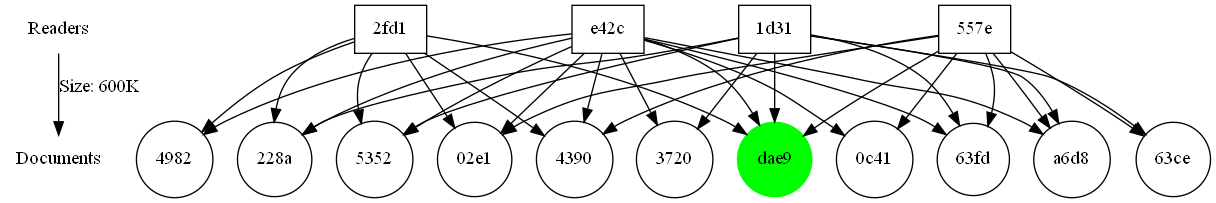
The Graphviz diagram graph.png in Danielryan98/DataAnalysisTool, before a commit. Its source is kept beside it as graph.dot. The source it was exported from:
```dot
digraph "also likes" {
	Readers [label=Readers shape=none]
	Documents [label=Documents shape=none]
	Readers -> Documents [label="Size: 600K"]
	dae9 [label=dae9 color=green shape=circle style=filled]
	e42c [label=e42c shape=box]
	e42c -> dae9
	"557e" [label="557e" shape=box]
	"557e" -> dae9
	"2fd1" [label="2fd1" shape=box]
	"2fd1" -> dae9
	"1d31" [label="1d31" shape=box]
	"1d31" -> dae9
	5352 [label=5352 shape=circle]
	e42c [label=e42c shape=box]
	e42c -> 5352
	"2fd1" [label="2fd1" shape=box]
	"2fd1" -> 5352
	"1d31" [label="1d31" shape=box]
	"1d31" -> 5352
	"228a" [label="228a" shape=circle]
	e42c [label=e42c shape=box]
	e42c -> "228a"
	"2fd1" [label="2fd1" shape=box]
	"2fd1" -> "228a"
	"1d31" [label="1d31" shape=box]
	"1d31" -> "228a"
	"02e1" [label="02e1" shape=circle]
	e42c [label=e42c shape=box]
	e42c -> "02e1"
	"557e" [label="557e" shape=box]
	"557e" -> "02e1"
	"2fd1" [label="2fd1" shape=box]
	"2fd1" -> "02e1"
	"63fd" [label="63fd" shape=circle]
	e42c [label=e42c shape=box]
	e42c -> "63fd"
	"557e" [label="557e" shape=box]
	"557e" -> "63fd"
	"1d31" [label="1d31" shape=box]
	"1d31" -> "63fd"
	a6d8 [label=a6d8 shape=circle]
	e42c [label=e42c shape=box]
	e42c -> a6d8
	"557e" [label="557e" shape=box]
	"557e" -> a6d8
	"1d31" [label="1d31" shape=box]
	"1d31" -> a6d8
	4390 [label=4390 shape=circle]
	e42c [label=e42c shape=box]
	e42c -> 4390
	"557e" [label="557e" shape=box]
	"557e" -> 4390
	"2fd1" [label="2fd1" shape=box]
	"2fd1" -> 4390
	"63ce" [label="63ce" shape=circle]
	"557e" [label="557e" shape=box]
	"557e" -> "63ce"
	"1d31" [label="1d31" shape=box]
	"1d31" -> "63ce"
	3720 [label=3720 shape=circle]
	e42c [label=e42c shape=box]
	e42c -> 3720
	"1d31" [label="1d31" shape=box]
	"1d31" -> 3720
	"0c41" [label="0c41" shape=circle]
	e42c [label=e42c shape=box]
	e42c -> "0c41"
	"557e" [label="557e" shape=box]
	"557e" -> "0c41"
	4982 [label=4982 shape=circle]
	e42c [label=e42c shape=box]
	e42c -> 4982
	"2fd1" [label="2fd1" shape=box]
	"2fd1" -> 4982
}
```
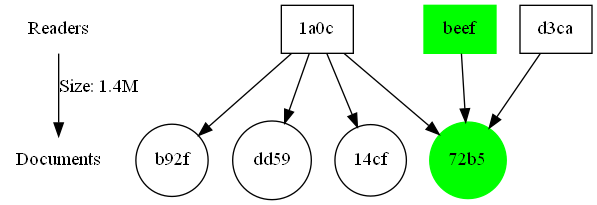
Later version of the same file.

Change to the diagram source:
```diff
@@ -1,76 +1,21 @@
 digraph "also likes" {
 	Readers [label=Readers shape=none]
 	Documents [label=Documents shape=none]
-	Readers -> Documents [label="Size: 600K"]
-	dae9 [label=dae9 color=green shape=circle style=filled]
-	e42c [label=e42c shape=box]
-	e42c -> dae9
-	"557e" [label="557e" shape=box]
-	"557e" -> dae9
-	"2fd1" [label="2fd1" shape=box]
-	"2fd1" -> dae9
-	"1d31" [label="1d31" shape=box]
-	"1d31" -> dae9
-	5352 [label=5352 shape=circle]
-	e42c [label=e42c shape=box]
-	e42c -> 5352
-	"2fd1" [label="2fd1" shape=box]
-	"2fd1" -> 5352
-	"1d31" [label="1d31" shape=box]
-	"1d31" -> 5352
-	"228a" [label="228a" shape=circle]
-	e42c [label=e42c shape=box]
-	e42c -> "228a"
-	"2fd1" [label="2fd1" shape=box]
-	"2fd1" -> "228a"
-	"1d31" [label="1d31" shape=box]
-	"1d31" -> "228a"
-	"02e1" [label="02e1" shape=circle]
-	e42c [label=e42c shape=box]
-	e42c -> "02e1"
-	"557e" [label="557e" shape=box]
-	"557e" -> "02e1"
-	"2fd1" [label="2fd1" shape=box]
-	"2fd1" -> "02e1"
-	"63fd" [label="63fd" shape=circle]
-	e42c [label=e42c shape=box]
-	e42c -> "63fd"
-	"557e" [label="557e" shape=box]
-	"557e" -> "63fd"
-	"1d31" [label="1d31" shape=box]
-	"1d31" -> "63fd"
-	a6d8 [label=a6d8 shape=circle]
-	e42c [label=e42c shape=box]
-	e42c -> a6d8
-	"557e" [label="557e" shape=box]
-	"557e" -> a6d8
-	"1d31" [label="1d31" shape=box]
-	"1d31" -> a6d8
-	4390 [label=4390 shape=circle]
-	e42c [label=e42c shape=box]
-	e42c -> 4390
-	"557e" [label="557e" shape=box]
-	"557e" -> 4390
-	"2fd1" [label="2fd1" shape=box]
-	"2fd1" -> 4390
-	"63ce" [label="63ce" shape=circle]
-	"557e" [label="557e" shape=box]
-	"557e" -> "63ce"
-	"1d31" [label="1d31" shape=box]
-	"1d31" -> "63ce"
-	3720 [label=3720 shape=circle]
-	e42c [label=e42c shape=box]
-	e42c -> 3720
-	"1d31" [label="1d31" shape=box]
-	"1d31" -> 3720
-	"0c41" [label="0c41" shape=circle]
-	e42c [label=e42c shape=box]
-	e42c -> "0c41"
-	"557e" [label="557e" shape=box]
-	"557e" -> "0c41"
-	4982 [label=4982 shape=circle]
-	e42c [label=e42c shape=box]
-	e42c -> 4982
-	"2fd1" [label="2fd1" shape=box]
-	"2fd1" -> 4982
+	Readers -> Documents [label="Size: 1.4M"]
+	"72b5" [label="72b5" color=green shape=circle style=filled]
+	d3ca [label=d3ca shape=box]
+	d3ca -> "72b5"
+	"1a0c" [label="1a0c" shape=box]
+	"1a0c" -> "72b5"
+	beef [label=beef color=green shape=box style=filled]
+	beef -> "72b5"
+	"14cf" [label="14cf" shape=circle]
+	"1a0c" [label="1a0c" shape=box]
+	"1a0c" -> "14cf"
+	b92f [label=b92f shape=circle]
+	"1a0c" [label="1a0c" shape=box]
+	"1a0c" -> b92f
+	dd59 [label=dd59 shape=circle]
+	"1a0c" [label="1a0c" shape=box]
+	"1a0c" -> dd59
 }
```
